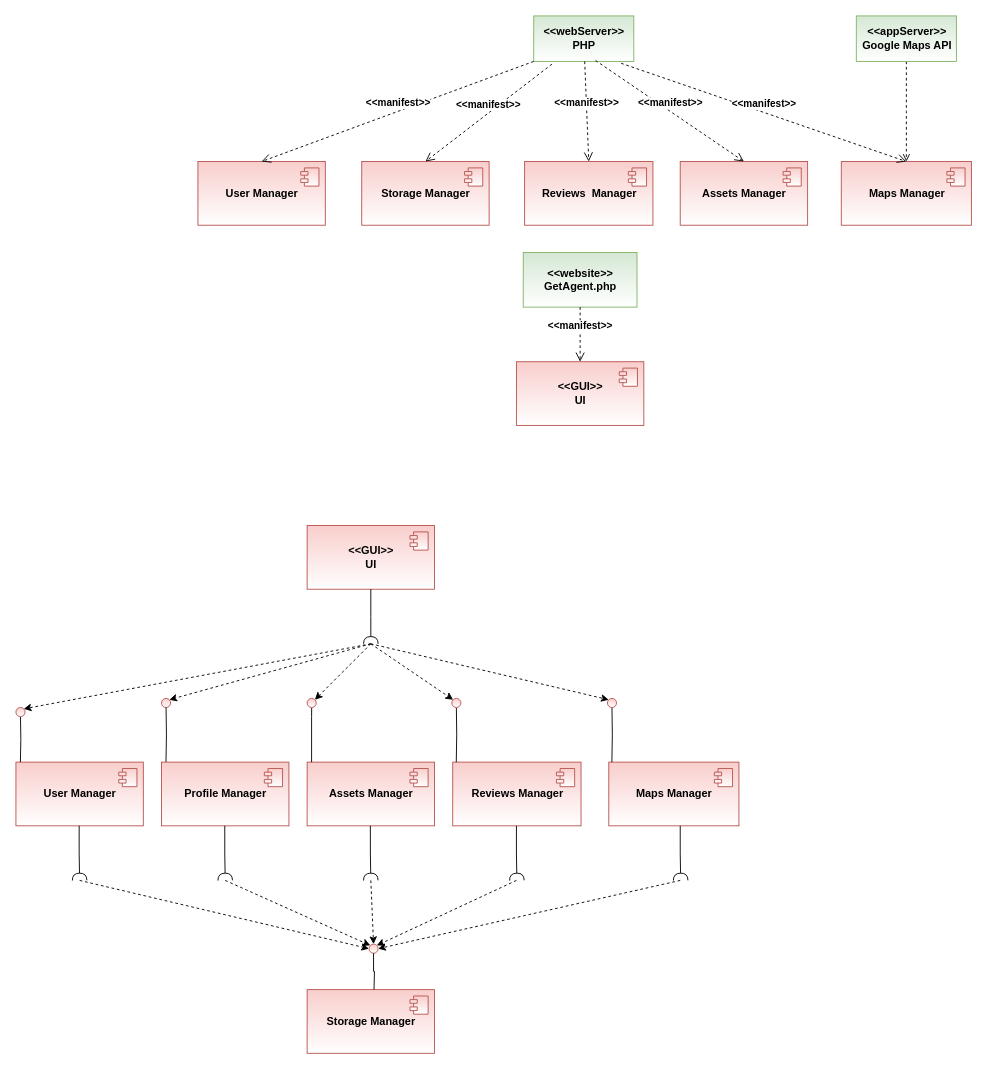
The draw.io diagram GetAgent Docs/SAD/חלקוה לרכיבי תוכנה ותרשים רכיבים.drawio in ronsha001/GetAgent-FinalProject, before the edit. Source tidied: cells renumbered, new cells numbered last; positions are measured from the earlier drawing's top-left corner, leaving out a move shared by most shapes. Both pictures are drawn from the tidied source at 91%, with x=0, y=0 at pixel (15, 15).
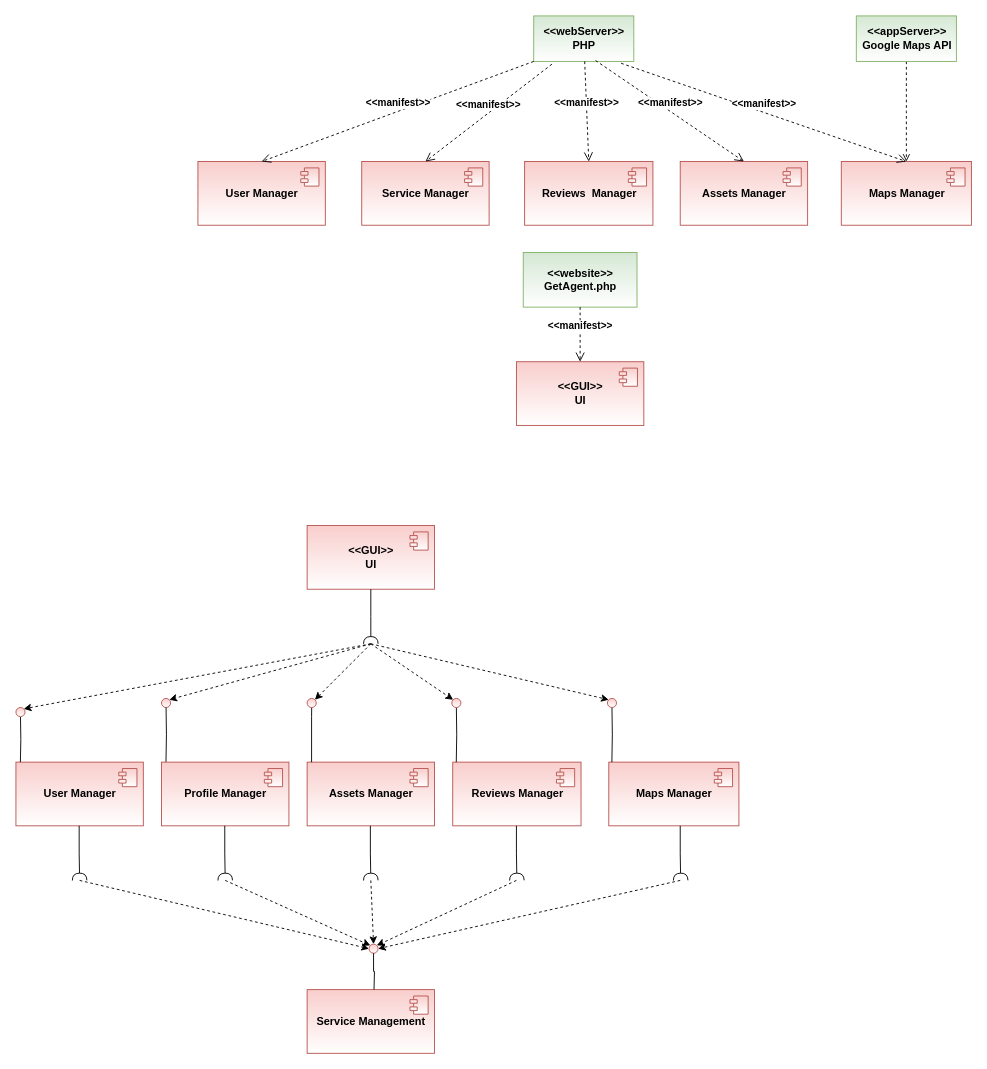
Above is the later version.

Change to the diagram source:
```diff
@@
-    <mxCell id="6" value="Storage Manager" style="html=1;strokeWidth=1;fillColor=#f8cecc;strokeColor=#b85450;gradientColor=#ffffff;fontStyle=1;" parent="1" vertex="1">
+    <mxCell id="6" value="Service Manager" style="html=1;strokeWidth=1;fillColor=#f8cecc;strokeColor=#b85450;gradientColor=#ffffff;fontStyle=1;" parent="1" vertex="1">
       <mxGeometry x="380" y="160" width="140" height="70" as="geometry" />
     </mxCell>
@@
-    <mxCell id="26" value="Storage Manager" style="html=1;strokeWidth=1;fillColor=#f8cecc;strokeColor=#b85450;gradientColor=#ffffff;fontStyle=1;" parent="1" vertex="1">
+    <mxCell id="26" value="Service Management" style="html=1;strokeWidth=1;fillColor=#f8cecc;strokeColor=#b85450;gradientColor=#ffffff;fontStyle=1;" parent="1" vertex="1">
       <mxGeometry x="320" y="1070" width="140" height="70" as="geometry" />
     </mxCell>
```
